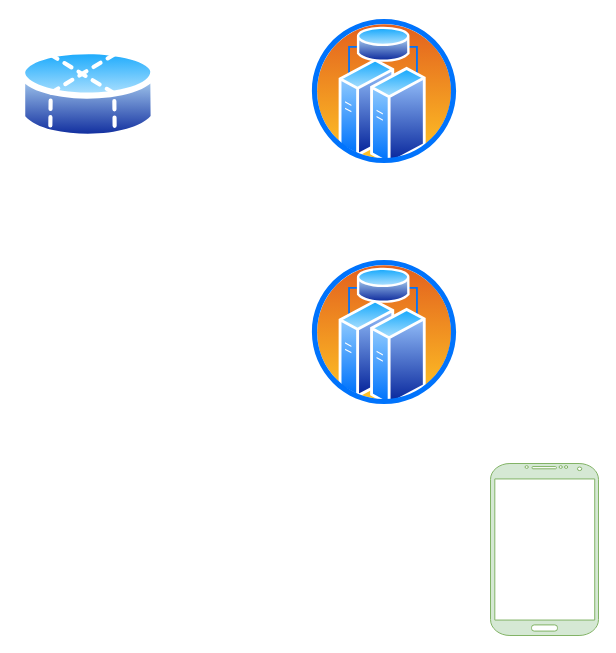
This is 智慧餐厅架构图.drawio from laowang-cloud/diagrams, a draw.io file, before an edit. Source tidied: cells renumbered, new cells numbered last; positions are measured from the earlier drawing's top-left corner, leaving out a move shared by most shapes. Both pictures are drawn from the tidied source at 100%, with x=0, y=0 at pixel (19, 16).
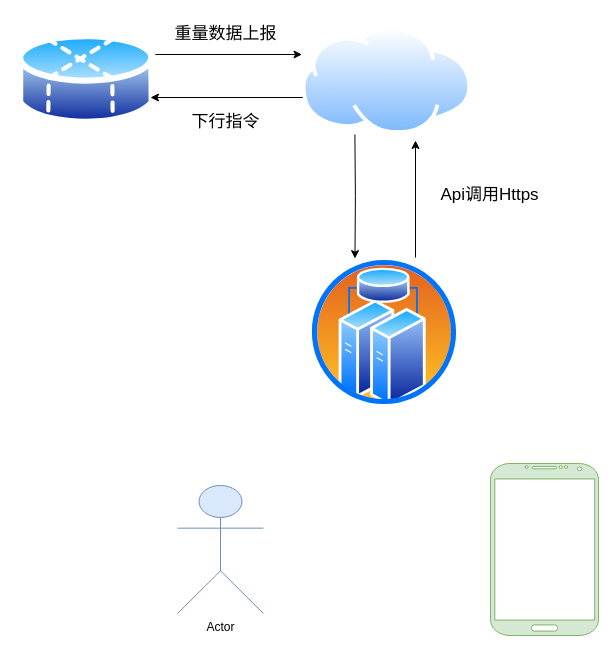
After the change.

Commit message (it also covers changes not shown here):
更新智慧餐厅架构图.drawio

What changed in the source:
```diff
@@
 <mxGraphModel>
   <root>
     <mxCell id="0" />
     <mxCell id="1" parent="0" />
+    <mxCell id="6" style="edgeStyle=orthogonalEdgeStyle;rounded=0;orthogonalLoop=1;jettySize=auto;html=1;entryX=0;entryY=0.5;entryDx=0;entryDy=0;" parent="1" edge="1">
+      <mxGeometry relative="1" as="geometry">
+        <mxPoint x="135.8" y="38" as="sourcePoint" />
+        <mxPoint x="282.5" y="38" as="targetPoint" />
+      </mxGeometry>
+    </mxCell>
     <mxCell id="2" style="perimeter=ellipsePerimeter;html=1;align=center;shadow=0;dashed=0;spacingTop=3;image;image=img/lib/active_directory/database_partition_4.svg;" parent="1" vertex="1">
-      <mxGeometry y="27" width="137.8" height="102" as="geometry" />
+      <mxGeometry x="-2" y="12" width="137.8" height="102" as="geometry" />
     </mxCell>
-    <mxCell id="3" style="perimeter=ellipsePerimeter;html=1;align=center;shadow=0;dashed=0;spacingTop=3;image;image=img/lib/active_directory/cluster_server.svg;" parent="1" vertex="1">
-      <mxGeometry x="290" width="150" height="150" as="geometry" />
-    </mxCell>
+    <mxCell id="7" style="edgeStyle=orthogonalEdgeStyle;rounded=0;orthogonalLoop=1;jettySize=auto;html=1;fontSize=17;" parent="1" edge="1">
+      <mxGeometry relative="1" as="geometry">
+        <mxPoint x="396" y="241" as="sourcePoint" />
+        <mxPoint x="396" y="124" as="targetPoint" />
+      </mxGeometry>
+    </mxCell>
     <mxCell id="4" style="perimeter=ellipsePerimeter;html=1;align=center;shadow=0;dashed=0;spacingTop=3;image;image=img/lib/active_directory/cluster_server.svg;" parent="1" vertex="1">
       <mxGeometry x="290" y="241" width="150" height="150" as="geometry" />
     </mxCell>
     <mxCell id="5" style="verticalLabelPosition=bottom;verticalAlign=top;html=1;shadow=0;dashed=0;strokeWidth=1;shape=mxgraph.android.phone2;strokeColor=#82b366;fillColor=#d5e8d4;" parent="1" vertex="1">
       <mxGeometry x="471" y="447" width="108" height="172" as="geometry" />
     </mxCell>
+    <mxCell id="8" value="Actor" style="shape=umlActor;verticalLabelPosition=bottom;verticalAlign=top;html=1;fillColor=#dae8fc;strokeColor=#6c8ebf;" parent="1" vertex="1">
+      <mxGeometry x="158" y="469" width="86" height="128" as="geometry" />
+    </mxCell>
+    <mxCell id="9" style="edgeStyle=orthogonalEdgeStyle;rounded=0;jettySize=auto;html=1;" parent="1" edge="1" source="11">
+      <mxGeometry relative="1" as="geometry">
+        <mxPoint x="131" y="81" as="targetPoint" />
+        <Array as="points">
+          <mxPoint x="136" y="81" />
+        </Array>
+      </mxGeometry>
+    </mxCell>
+    <mxCell id="10" style="edgeStyle=orthogonalEdgeStyle;rounded=0;jettySize=auto;html=1;fontSize=17;entryX=0.303;entryY=0.007;entryDx=0;entryDy=0;entryPerimeter=0;" parent="1" edge="1" target="4">
+      <mxGeometry relative="1" as="geometry">
+        <mxPoint x="335.4" y="118" as="sourcePoint" />
+      </mxGeometry>
+    </mxCell>
+    <mxCell id="11" style="perimeter=ellipsePerimeter;html=1;align=center;shadow=0;dashed=0;spacingTop=3;image;image=img/lib/active_directory/internet_cloud.svg;" parent="1" vertex="1">
+      <mxGeometry x="282.5" y="11" width="169.8" height="107" as="geometry" />
+    </mxCell>
+    <mxCell id="12" value="&lt;font style=&quot;font-size: 17px&quot;&gt;重量数据上报&lt;/font&gt;" style="text;html=1;strokeColor=none;fillColor=none;align=center;verticalAlign=middle;whiteSpace=wrap;rounded=0;" parent="1" vertex="1">
+      <mxGeometry x="151" y="5" width="111" height="26" as="geometry" />
+    </mxCell>
+    <mxCell id="13" value="&lt;font style=&quot;font-size: 17px&quot;&gt;下行指令&lt;/font&gt;" style="text;html=1;strokeColor=none;fillColor=none;align=center;verticalAlign=middle;whiteSpace=wrap;rounded=0;" parent="1" vertex="1">
+      <mxGeometry x="151" y="93" width="111" height="26" as="geometry" />
+    </mxCell>
+    <mxCell id="14" value="&lt;span style=&quot;font-size: 17px&quot;&gt;Api调用Https&lt;/span&gt;" style="text;html=1;strokeColor=none;fillColor=none;align=center;verticalAlign=middle;whiteSpace=wrap;rounded=0;rotation=0;" parent="1" vertex="1">
+      <mxGeometry x="413" y="158" width="115" height="41" as="geometry" />
+    </mxCell>
   </root>
 </mxGraphModel>
```
